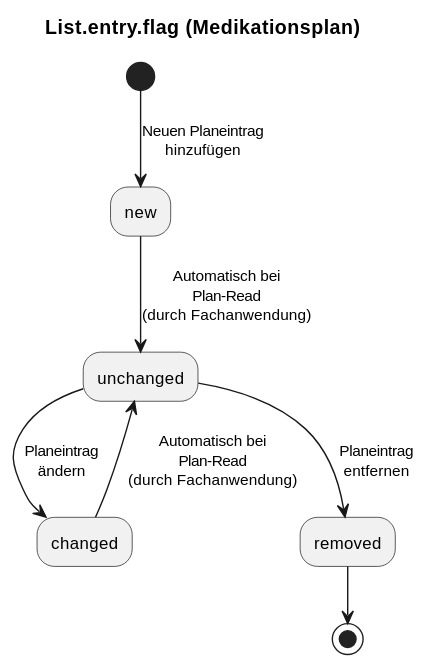
The PlantUML diagram input/images/plantuml/workflow_list_flag.svg in HL7Austria/ELGA-Core-R4, before a commit. Its diagram source:
```plantuml
@startuml
title List.entry.flag (Medikationsplan)

(*) -d-> [Neuen Planeintrag\nhinzufügen] new
new --> [Automatisch bei\nPlan-Read\n(durch Fachanwendung)] unchanged
changed --> [Automatisch bei\nPlan-Read\n(durch Fachanwendung)] unchanged
unchanged --> [Planeintrag\nändern] changed
unchanged -d-> [Planeintrag\nentfernen] removed
removed  -d-> (*)
@enduml
```
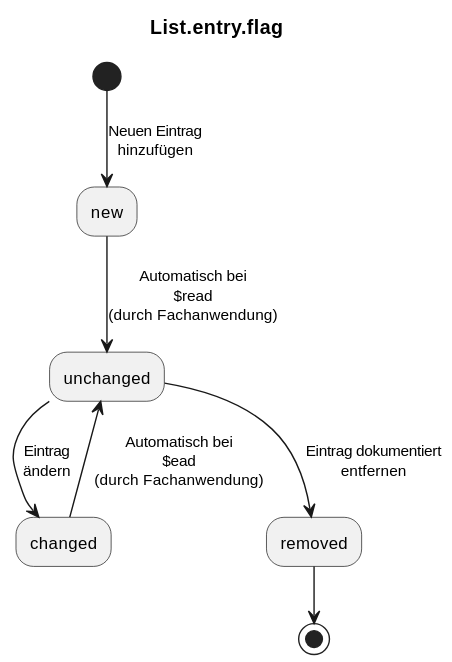
After the change.

Diff of the diagram source:
```diff
@@ -1,10 +1,10 @@
 @startuml
-title List.entry.flag (Medikationsplan)
+title List.entry.flag
 
-(*) -d-> [Neuen Planeintrag\nhinzufügen] new
-new --> [Automatisch bei\nPlan-Read\n(durch Fachanwendung)] unchanged
-changed --> [Automatisch bei\nPlan-Read\n(durch Fachanwendung)] unchanged
-unchanged --> [Planeintrag\nändern] changed
-unchanged -d-> [Planeintrag\nentfernen] removed
+(*) -d-> [Neuen Eintrag\nhinzufügen] new
+new --> [Automatisch bei\n$read\n(durch Fachanwendung)] unchanged
+changed --> [Automatisch bei\n$ead\n(durch Fachanwendung)] unchanged
+unchanged --> [Eintrag\nändern] changed
+unchanged -d-> [Eintrag dokumentiert\nentfernen] removed
 removed  -d-> (*)
 @enduml
```
